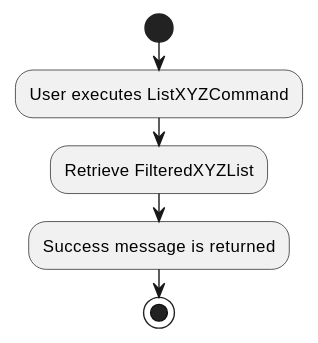
Before: docs/images/ListCommandActivityDiagram.svg, a diagram exported from PlantUML (nus-cs2103-AY2223S2/tp).
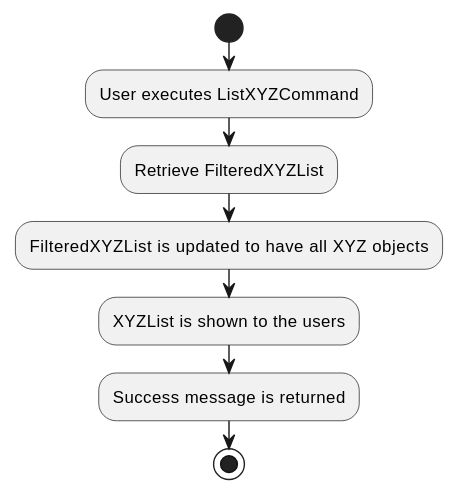
Later version of the same file.

Commit message:
Update activity diagram

Change to the diagram source:
```diff
@@ -1,8 +1,11 @@
 @startuml
+!include style.puml
 
  start
  :User executes ListXYZCommand;
  :Retrieve FilteredXYZList;
+ :FilteredXYZList is updated to have all XYZ objects;
+ :XYZList is shown to the users;
  :Success message is returned;
  stop
  @enduml
```
